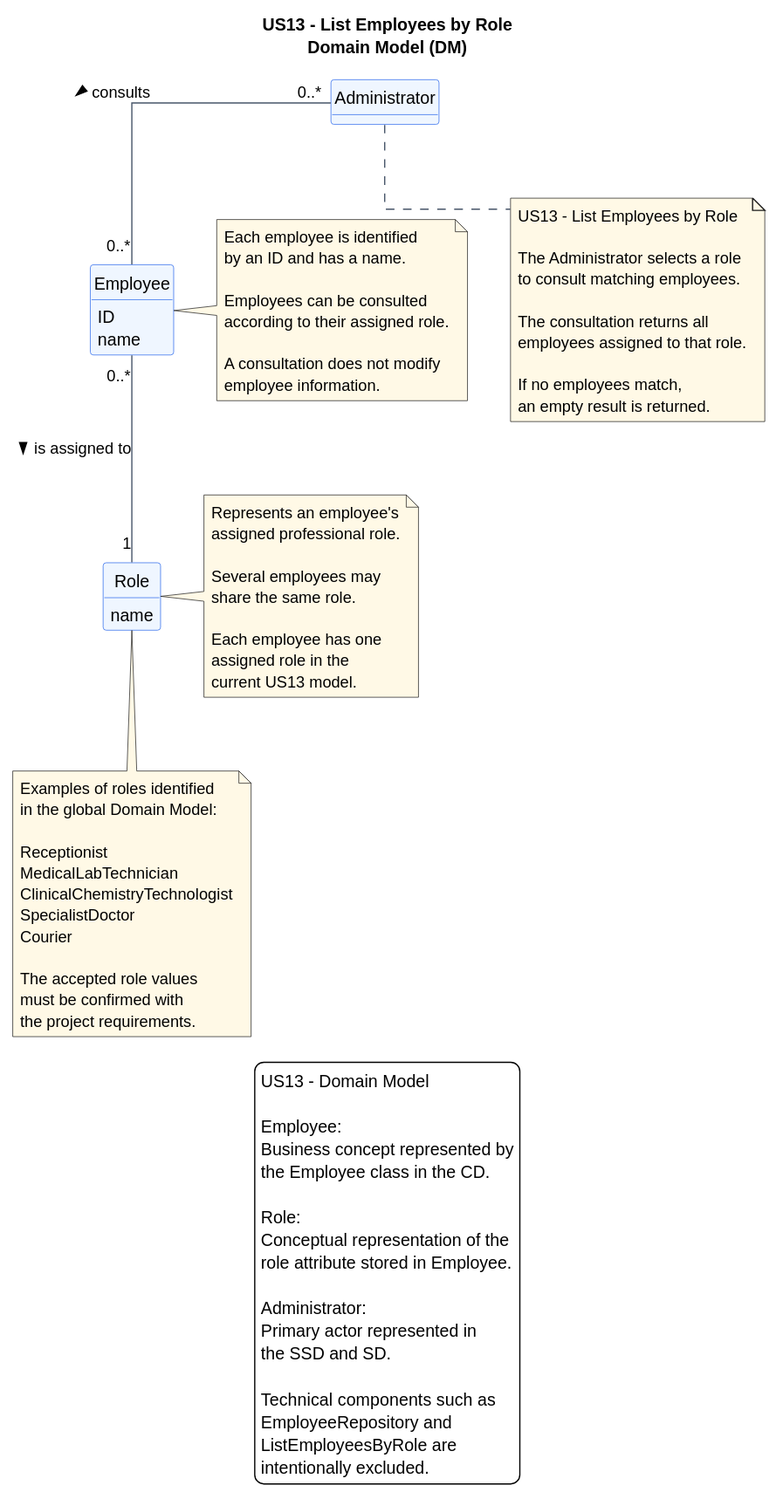
Above: docs/system-documentation/US13/svg/US13-DM.svg in jmaia574/leti-esoft-26-27-B6 (PlantUML), before the change.
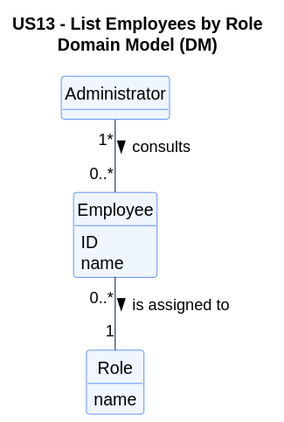
The same diagram one commit later.

The edit, as a diff of the source:
```diff
@@ -27,81 +27,7 @@
 }
 
 
-Administrator "0..*" -- "0..*" Employee : consults >
+Administrator "1*" -- "0..*" Employee : consults >
 
 Employee "0..*" -- "1" Role : is assigned to >
-
-
-note right of Employee
-Each employee is identified
-by an ID and has a name.
-
-Employees can be consulted
-according to their assigned role.
-
-A consultation does not modify
-employee information.
-end note
-
-note right of Role
-Represents an employee's
-assigned professional role.
-
-Several employees may
-share the same role.
-
-Each employee has one
-assigned role in the
-current US13 model.
-end note
-
-note bottom of Administrator
-US13 - List Employees by Role
-
-The Administrator selects a role
-to consult matching employees.
-
-The consultation returns all
-employees assigned to that role.
-
-If no employees match,
-an empty result is returned.
-end note
-
-note bottom of Role
-Examples of roles identified
-in the global Domain Model:
-
-Receptionist
-MedicalLabTechnician
-ClinicalChemistryTechnologist
-SpecialistDoctor
-Courier
-
-The accepted role values
-must be confirmed with
-the project requirements.
-end note
-
-
-legend bottom
-    US13 - Domain Model
-
-    Employee:
-    Business concept represented by
-    the Employee class in the CD.
-
-    Role:
-    Conceptual representation of the
-    role attribute stored in Employee.
-
-    Administrator:
-    Primary actor represented in
-    the SSD and SD.
-
-    Technical components such as
-    EmployeeRepository and
-    ListEmployeesByRole are
-    intentionally excluded.
-endlegend
 @enduml
```
